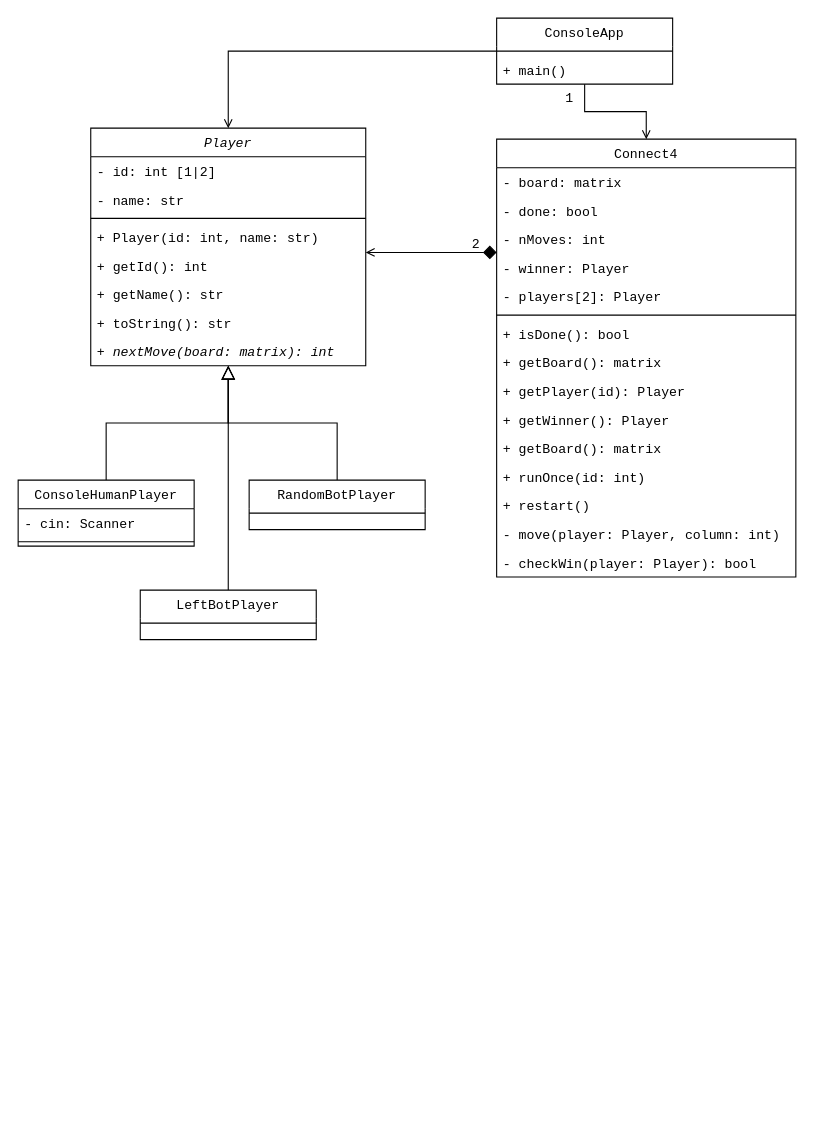
Before: u06/tarea_c4/doc/c4_diagram.drawio in fran-sc/prog-1920, a draw.io diagram. Source tidied: cells renumbered, new cells numbered last; positions are measured from the earlier drawing's top-left corner, leaving out a move shared by most shapes. Both pictures are drawn from the tidied source at 110%, with x=0, y=0 at pixel (18, 18).
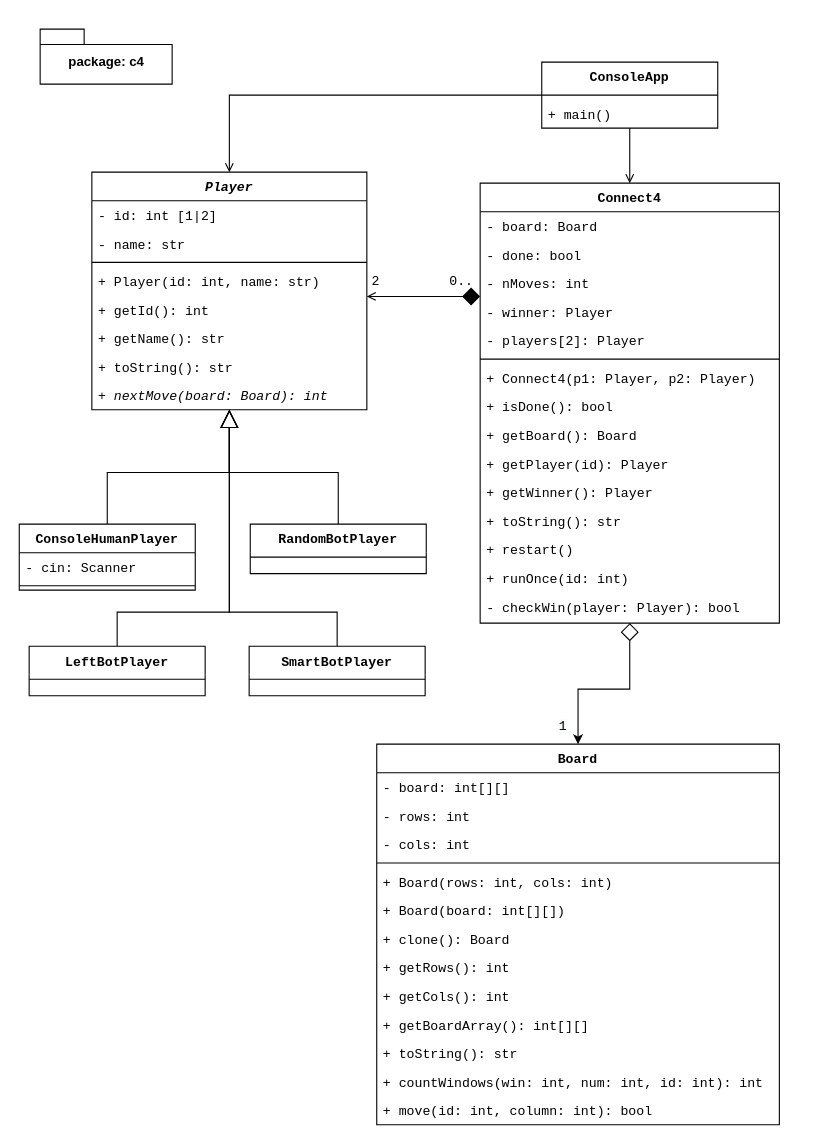
The same diagram, later.

Change to the diagram source:
```diff
@@
-    <mxCell id="2" style="edgeStyle=orthogonalEdgeStyle;rounded=0;jettySize=auto;html=1;fontFamily=Courier New;startArrow=block;startFill=0;endSize=6;endArrow=none;endFill=0;startSize=10;" parent="1" edge="1" source="3" target="43">
-      <mxGeometry relative="1" as="geometry" />
+    <mxCell id="2" style="edgeStyle=orthogonalEdgeStyle;rounded=0;jettySize=auto;html=1;fontFamily=Courier New;startArrow=block;startFill=0;endSize=6;endArrow=none;endFill=0;startSize=14;" parent="1" edge="1" source="3" target="43">
+      <mxGeometry relative="1" as="geometry">
+        <Array as="points">
+          <mxPoint x="192" y="540" />
+          <mxPoint x="90" y="540" />
+        </Array>
+      </mxGeometry>
     </mxCell>
+    <mxCell id="45" style="edgeStyle=orthogonalEdgeStyle;rounded=0;jettySize=auto;html=1;entryX=0.5;entryY=0;entryDx=0;entryDy=0;startArrow=block;startFill=0;startSize=14;endSize=14;endArrow=none;endFill=0;" parent="1" edge="1" source="3" target="65">
+      <mxGeometry relative="1" as="geometry">
+        <Array as="points">
+          <mxPoint x="192" y="540" />
+          <mxPoint x="290" y="540" />
+        </Array>
+      </mxGeometry>
+    </mxCell>
-    <mxCell id="3" value="Player" style="swimlane;fontStyle=2;align=center;verticalAlign=top;horizontal=1;startSize=26;rounded=0;shadow=0;strokeWidth=1;fontFamily=Courier New;" parent="1" vertex="1">
-      <mxGeometry x="66" y="100" width="250" height="216" as="geometry" />
+    <mxCell id="3" value="Player" style="swimlane;fontStyle=3;align=center;verticalAlign=top;horizontal=1;startSize=26;rounded=0;shadow=0;strokeWidth=1;fontFamily=Courier New;" parent="1" vertex="1">
+      <mxGeometry x="67" y="140" width="250" height="216" as="geometry" />
     </mxCell>
@@
-    <mxCell id="11" value="+ nextMove(board: matrix): int" style="text;align=left;verticalAlign=top;spacingLeft=4;spacingRight=4;overflow=hidden;fontStyle=2;fontFamily=Courier New;" parent="3" vertex="1">
+    <mxCell id="11" value="+ nextMove(board: Board): int" style="text;align=left;verticalAlign=top;spacingLeft=4;spacingRight=4;overflow=hidden;fontStyle=2;fontFamily=Courier New;" parent="3" vertex="1">
       <mxGeometry y="190" width="250" height="26" as="geometry" />
     </mxCell>
+    <mxCell id="46" style="edgeStyle=orthogonalEdgeStyle;rounded=0;jettySize=auto;html=1;startSize=14;startArrow=diamond;startFill=0;" parent="1" edge="1" source="12" target="49">
+      <mxGeometry relative="1" as="geometry" />
+    </mxCell>
-    <mxCell id="12" value="Connect4" style="swimlane;fontStyle=0;align=center;verticalAlign=top;horizontal=1;startSize=26;rounded=0;shadow=0;strokeWidth=1;fontFamily=Courier New;" parent="1" vertex="1">
-      <mxGeometry x="435" y="110" width="272" height="398" as="geometry" />
+    <mxCell id="12" value="Connect4" style="swimlane;fontStyle=1;align=center;verticalAlign=top;horizontal=1;startSize=26;rounded=0;shadow=0;strokeWidth=1;fontFamily=Courier New;" parent="1" vertex="1">
+      <mxGeometry x="420" y="150" width="272" height="400" as="geometry" />
     </mxCell>
-    <mxCell id="13" value="- board: matrix" style="text;align=left;verticalAlign=top;spacingLeft=4;spacingRight=4;overflow=hidden;fontFamily=Courier New;" parent="12" vertex="1">
+    <mxCell id="13" value="- board: Board" style="text;align=left;verticalAlign=top;spacingLeft=4;spacingRight=4;overflow=hidden;fontFamily=Courier New;" parent="12" vertex="1">
       <mxGeometry y="26" width="272" height="26" as="geometry" />
     </mxCell>
@@
-    <mxCell id="19" value="+ isDone(): bool" style="text;align=left;verticalAlign=top;spacingLeft=4;spacingRight=4;overflow=hidden;fontFamily=Courier New;" parent="12" vertex="1">
+    <mxCell id="19" value="+ Connect4(p1: Player, p2: Player)" style="text;align=left;verticalAlign=top;spacingLeft=4;spacingRight=4;overflow=hidden;fontFamily=Courier New;" parent="12" vertex="1">
       <mxGeometry y="164" width="272" height="26" as="geometry" />
     </mxCell>
+    <mxCell id="47" value="+ isDone(): bool" style="text;align=left;verticalAlign=top;spacingLeft=4;spacingRight=4;overflow=hidden;fontFamily=Courier New;" parent="12" vertex="1">
+      <mxGeometry y="190" width="272" height="26" as="geometry" />
+    </mxCell>
-    <mxCell id="20" value="+ getBoard(): matrix" style="text;align=left;verticalAlign=top;spacingLeft=4;spacingRight=4;overflow=hidden;fontFamily=Courier New;" parent="12" vertex="1">
-      <mxGeometry y="190" width="272" height="26" as="geometry" />
+    <mxCell id="20" value="+ getBoard(): Board" style="text;align=left;verticalAlign=top;spacingLeft=4;spacingRight=4;overflow=hidden;fontFamily=Courier New;" parent="12" vertex="1">
+      <mxGeometry y="216" width="272" height="26" as="geometry" />
     </mxCell>
     <mxCell id="21" value="+ getPlayer(id): Player" style="text;align=left;verticalAlign=top;spacingLeft=4;spacingRight=4;overflow=hidden;fontFamily=Courier New;" parent="12" vertex="1">
-      <mxGeometry y="216" width="272" height="26" as="geometry" />
+      <mxGeometry y="242" width="272" height="26" as="geometry" />
     </mxCell>
     <mxCell id="22" value="+ getWinner(): Player" style="text;align=left;verticalAlign=top;spacingLeft=4;spacingRight=4;overflow=hidden;fontFamily=Courier New;" parent="12" vertex="1">
-      <mxGeometry y="242" width="272" height="26" as="geometry" />
+      <mxGeometry y="268" width="272" height="26" as="geometry" />
     </mxCell>
-    <mxCell id="23" value="+ getBoard(): matrix" style="text;align=left;verticalAlign=top;spacingLeft=4;spacingRight=4;overflow=hidden;fontFamily=Courier New;" parent="12" vertex="1">
-      <mxGeometry y="268" width="272" height="26" as="geometry" />
-    </mxCell>
+    <mxCell id="48" value="+ toString(): str" style="text;align=left;verticalAlign=top;spacingLeft=4;spacingRight=4;overflow=hidden;fontFamily=Courier New;" parent="12" vertex="1">
+      <mxGeometry y="294" width="272" height="26" as="geometry" />
+    </mxCell>
+    <mxCell id="25" value="+ restart()" style="text;align=left;verticalAlign=top;spacingLeft=4;spacingRight=4;overflow=hidden;fontFamily=Courier New;" parent="12" vertex="1">
+      <mxGeometry y="320" width="272" height="26" as="geometry" />
+    </mxCell>
     <mxCell id="24" value="+ runOnce(id: int)" style="text;align=left;verticalAlign=top;spacingLeft=4;spacingRight=4;overflow=hidden;fontFamily=Courier New;" parent="12" vertex="1">
-      <mxGeometry y="294" width="272" height="26" as="geometry" />
+      <mxGeometry y="346" width="272" height="26" as="geometry" />
     </mxCell>
-    <mxCell id="25" value="+ restart()" style="text;align=left;verticalAlign=top;spacingLeft=4;spacingRight=4;overflow=hidden;fontFamily=Courier New;" parent="12" vertex="1">
-      <mxGeometry y="320" width="272" height="26" as="geometry" />
-    </mxCell>
-    <mxCell id="26" value="- move(player: Player, column: int)" style="text;align=left;verticalAlign=top;spacingLeft=4;spacingRight=4;overflow=hidden;fontFamily=Courier New;" parent="12" vertex="1">
-      <mxGeometry y="346" width="272" height="26" as="geometry" />
-    </mxCell>
@@
-    <mxCell id="28" style="endArrow=diamond;shadow=0;strokeWidth=1;rounded=0;endFill=1;edgeStyle=elbowEdgeStyle;elbow=vertical;startArrow=open;startFill=0;startSize=6;endSize=10;fontFamily=Courier New;" parent="1" edge="1" source="3" target="12">
+    <mxCell id="28" style="endArrow=diamond;shadow=0;strokeWidth=1;rounded=0;endFill=1;edgeStyle=elbowEdgeStyle;elbow=vertical;startArrow=open;startFill=0;startSize=6;endSize=14;fontFamily=Courier New;" parent="1" edge="1" source="3" target="12">
       <mxGeometry x="0.5" y="41" relative="1" as="geometry">
         <mxPoint x="-40" y="32" as="offset" />
       </mxGeometry>
     </mxCell>
     <mxCell id="29" value="2" style="align=right;verticalAlign=bottom;labelBackgroundColor=none;fontSize=12;fontFamily=Courier New;" parent="28" vertex="1">
       <mxGeometry x="1" relative="1" as="geometry">
-        <mxPoint x="-14" as="offset" />
+        <mxPoint x="-90" y="-6" as="offset" />
       </mxGeometry>
     </mxCell>
-    <mxCell id="30" style="edgeStyle=orthogonalEdgeStyle;rounded=0;jettySize=auto;html=1;exitX=0.5;exitY=0;exitDx=0;exitDy=0;entryX=0.5;entryY=1;entryDx=0;entryDy=0;endArrow=block;endFill=0;endSize=10;fontFamily=Courier New;" parent="1" edge="1" source="31" target="3">
+    <mxCell id="30" style="edgeStyle=orthogonalEdgeStyle;rounded=0;jettySize=auto;html=1;exitX=0.5;exitY=0;exitDx=0;exitDy=0;entryX=0.5;entryY=1;entryDx=0;entryDy=0;endArrow=block;endFill=0;endSize=14;fontFamily=Courier New;" parent="1" edge="1" source="31" target="3">
       <mxGeometry relative="1" as="geometry" />
     </mxCell>
-    <mxCell id="31" value="ConsoleHumanPlayer" style="swimlane;fontStyle=0;align=center;verticalAlign=top;horizontal=1;startSize=26;rounded=0;shadow=0;strokeWidth=1;swimlaneLine=1;fontFamily=Courier New;" parent="1" vertex="1">
-      <mxGeometry y="420" width="160" height="60" as="geometry" />
+    <mxCell id="31" value="ConsoleHumanPlayer" style="swimlane;fontStyle=1;align=center;verticalAlign=top;horizontal=1;startSize=26;rounded=0;shadow=0;strokeWidth=1;swimlaneLine=1;fontFamily=Courier New;" parent="1" vertex="1">
+      <mxGeometry x="1" y="460" width="160" height="60" as="geometry" />
     </mxCell>
@@
-    <mxCell id="34" style="edgeStyle=orthogonalEdgeStyle;rounded=0;jettySize=auto;html=1;entryX=0.5;entryY=1;entryDx=0;entryDy=0;endArrow=block;endFill=0;endSize=10;fontFamily=Courier New;" parent="1" edge="1" source="35" target="3">
+    <mxCell id="34" style="edgeStyle=orthogonalEdgeStyle;rounded=0;jettySize=auto;html=1;entryX=0.5;entryY=1;entryDx=0;entryDy=0;endArrow=block;endFill=0;endSize=14;fontFamily=Courier New;" parent="1" edge="1" source="35" target="3">
       <mxGeometry relative="1" as="geometry" />
     </mxCell>
-    <mxCell id="35" value="RandomBotPlayer" style="swimlane;fontStyle=0;align=center;verticalAlign=top;horizontal=1;startSize=26;rounded=0;shadow=0;strokeWidth=1;swimlaneLine=0;fontFamily=Courier New;" parent="1" vertex="1">
-      <mxGeometry x="210" y="420" width="160" height="45" as="geometry" />
+    <mxCell id="35" value="RandomBotPlayer" style="swimlane;fontStyle=1;align=center;verticalAlign=top;horizontal=1;startSize=26;rounded=0;shadow=0;strokeWidth=1;swimlaneLine=0;fontFamily=Courier New;" parent="1" vertex="1">
+      <mxGeometry x="211" y="460" width="160" height="45" as="geometry" />
     </mxCell>
@@
-    <mxCell id="39" value="ConsoleApp" style="swimlane;fontStyle=0;align=center;verticalAlign=top;horizontal=1;startSize=26;rounded=0;shadow=0;strokeWidth=1;swimlaneLine=0;fontFamily=Courier New;" parent="1" vertex="1">
-      <mxGeometry x="435" width="160" height="60" as="geometry" />
+    <mxCell id="39" value="ConsoleApp" style="swimlane;fontStyle=1;align=center;verticalAlign=top;horizontal=1;startSize=26;rounded=0;shadow=0;strokeWidth=1;swimlaneLine=0;fontFamily=Courier New;" parent="1" vertex="1">
+      <mxGeometry x="476" y="40" width="160" height="60" as="geometry" />
     </mxCell>
@@
-    <mxCell id="42" value="1" style="align=right;verticalAlign=bottom;labelBackgroundColor=none;fontSize=12;fontFamily=Courier New;" parent="1" vertex="1">
-      <mxGeometry x="515" y="200" as="geometry">
-        <mxPoint x="-9" y="-119" as="offset" />
-      </mxGeometry>
-    </mxCell>
-    <mxCell id="43" value="LeftBotPlayer" style="swimlane;fontStyle=0;align=center;verticalAlign=top;horizontal=1;startSize=26;rounded=0;shadow=0;strokeWidth=1;swimlaneLine=0;fontFamily=Courier New;" parent="1" vertex="1">
-      <mxGeometry x="111" y="520" width="160" height="45" as="geometry" />
+    <mxCell id="43" value="LeftBotPlayer" style="swimlane;fontStyle=1;align=center;verticalAlign=top;horizontal=1;startSize=26;rounded=0;shadow=0;strokeWidth=1;swimlaneLine=0;fontFamily=Courier New;" parent="1" vertex="1">
+      <mxGeometry x="10" y="571" width="160" height="45" as="geometry" />
     </mxCell>
@@
+    <mxCell id="49" value="Board" style="swimlane;fontStyle=1;align=center;verticalAlign=top;horizontal=1;startSize=26;rounded=0;shadow=0;strokeWidth=1;swimlaneLine=1;fontFamily=Courier New;" parent="1" vertex="1">
+      <mxGeometry x="326" y="660" width="366" height="346" as="geometry" />
+    </mxCell>
+    <mxCell id="50" value="- board: int[][]" style="text;align=left;verticalAlign=top;spacingLeft=4;spacingRight=4;overflow=hidden;fontFamily=Courier New;" parent="49" vertex="1">
+      <mxGeometry y="26" width="366" height="26" as="geometry" />
+    </mxCell>
+    <mxCell id="51" value="- rows: int" style="text;align=left;verticalAlign=top;spacingLeft=4;spacingRight=4;overflow=hidden;fontFamily=Courier New;" parent="49" vertex="1">
+      <mxGeometry y="52" width="366" height="26" as="geometry" />
+    </mxCell>
+    <mxCell id="52" value="- cols: int" style="text;align=left;verticalAlign=top;spacingLeft=4;spacingRight=4;overflow=hidden;fontFamily=Courier New;" parent="49" vertex="1">
+      <mxGeometry y="78" width="366" height="26" as="geometry" />
+    </mxCell>
+    <mxCell id="53" style="line;html=1;strokeWidth=1;align=left;verticalAlign=middle;spacingTop=-1;spacingLeft=3;spacingRight=3;labelPosition=right;fontFamily=Courier New;" parent="49" vertex="1">
+      <mxGeometry y="104" width="366" height="8" as="geometry" />
+    </mxCell>
+    <mxCell id="54" value="+ Board(rows: int, cols: int)" style="text;align=left;verticalAlign=top;spacingLeft=4;spacingRight=4;overflow=hidden;fontFamily=Courier New;" parent="49" vertex="1">
+      <mxGeometry y="112" width="366" height="26" as="geometry" />
+    </mxCell>
+    <mxCell id="55" value="+ Board(board: int[][])" style="text;align=left;verticalAlign=top;spacingLeft=4;spacingRight=4;overflow=hidden;fontFamily=Courier New;" parent="49" vertex="1">
+      <mxGeometry y="138" width="366" height="26" as="geometry" />
+    </mxCell>
+    <mxCell id="56" value="+ clone(): Board" style="text;align=left;verticalAlign=top;spacingLeft=4;spacingRight=4;overflow=hidden;fontFamily=Courier New;" parent="49" vertex="1">
+      <mxGeometry y="164" width="366" height="26" as="geometry" />
+    </mxCell>
+    <mxCell id="57" value="+ getRows(): int" style="text;align=left;verticalAlign=top;spacingLeft=4;spacingRight=4;overflow=hidden;fontFamily=Courier New;" parent="49" vertex="1">
+      <mxGeometry y="190" width="366" height="26" as="geometry" />
+    </mxCell>
+    <mxCell id="58" value="+ getCols(): int" style="text;align=left;verticalAlign=top;spacingLeft=4;spacingRight=4;overflow=hidden;fontFamily=Courier New;" parent="49" vertex="1">
+      <mxGeometry y="216" width="366" height="26" as="geometry" />
+    </mxCell>
+    <mxCell id="59" value="+ getBoardArray(): int[][]" style="text;align=left;verticalAlign=top;spacingLeft=4;spacingRight=4;overflow=hidden;fontFamily=Courier New;" parent="49" vertex="1">
+      <mxGeometry y="242" width="366" height="26" as="geometry" />
+    </mxCell>
+    <mxCell id="60" value="+ toString(): str" style="text;align=left;verticalAlign=top;spacingLeft=4;spacingRight=4;overflow=hidden;fontFamily=Courier New;" parent="49" vertex="1">
+      <mxGeometry y="268" width="366" height="26" as="geometry" />
+    </mxCell>
+    <mxCell id="61" value="+ countWindows(win: int, num: int, id: int): int" style="text;align=left;verticalAlign=top;spacingLeft=4;spacingRight=4;overflow=hidden;fontFamily=Courier New;" parent="49" vertex="1">
+      <mxGeometry y="294" width="366" height="26" as="geometry" />
+    </mxCell>
+    <mxCell id="62" value="+ move(id: int, column: int): bool" style="text;align=left;verticalAlign=top;spacingLeft=4;spacingRight=4;overflow=hidden;fontFamily=Courier New;" parent="49" vertex="1">
+      <mxGeometry y="320" width="366" height="26" as="geometry" />
+    </mxCell>
+    <mxCell id="42" value="&lt;span style=&quot;color: rgb(0, 0, 0); font-family: &amp;quot;courier new&amp;quot;; font-size: 12px; font-style: normal; font-weight: 400; letter-spacing: normal; text-align: right; text-indent: 0px; text-transform: none; word-spacing: 0px; background-color: rgb(248, 249, 250); display: inline; float: none;&quot;&gt;1&lt;/span&gt;" style="text;whiteSpace=wrap;html=1;" parent="1" vertex="1">
+      <mxGeometry x="490" y="630" width="10" height="20" as="geometry" />
+    </mxCell>
+    <mxCell id="63" value="package: c4" style="shape=folder;fontStyle=1;spacingTop=10;tabWidth=40;tabHeight=14;tabPosition=left;html=1;" parent="1" vertex="1">
+      <mxGeometry x="20" y="10" width="120" height="50" as="geometry" />
+    </mxCell>
+    <mxCell id="64" value="0.." style="align=right;verticalAlign=bottom;labelBackgroundColor=none;fontSize=12;fontFamily=Courier New;" parent="1" vertex="1">
+      <mxGeometry x="420" y="248" as="geometry">
+        <mxPoint x="-5" y="-1" as="offset" />
+      </mxGeometry>
+    </mxCell>
+    <mxCell id="65" value="SmartBotPlayer" style="swimlane;fontStyle=1;align=center;verticalAlign=top;horizontal=1;startSize=26;rounded=0;shadow=0;strokeWidth=1;swimlaneLine=0;fontFamily=Courier New;" parent="1" vertex="1">
+      <mxGeometry x="210" y="571" width="160" height="45" as="geometry" />
+    </mxCell>
+    <mxCell id="66" style="line;html=1;strokeWidth=1;align=left;verticalAlign=middle;spacingTop=-1;spacingLeft=3;spacingRight=3;labelPosition=right;fontFamily=Courier New;" parent="65" vertex="1">
+      <mxGeometry y="26" width="160" height="8" as="geometry" />
+    </mxCell>
```
